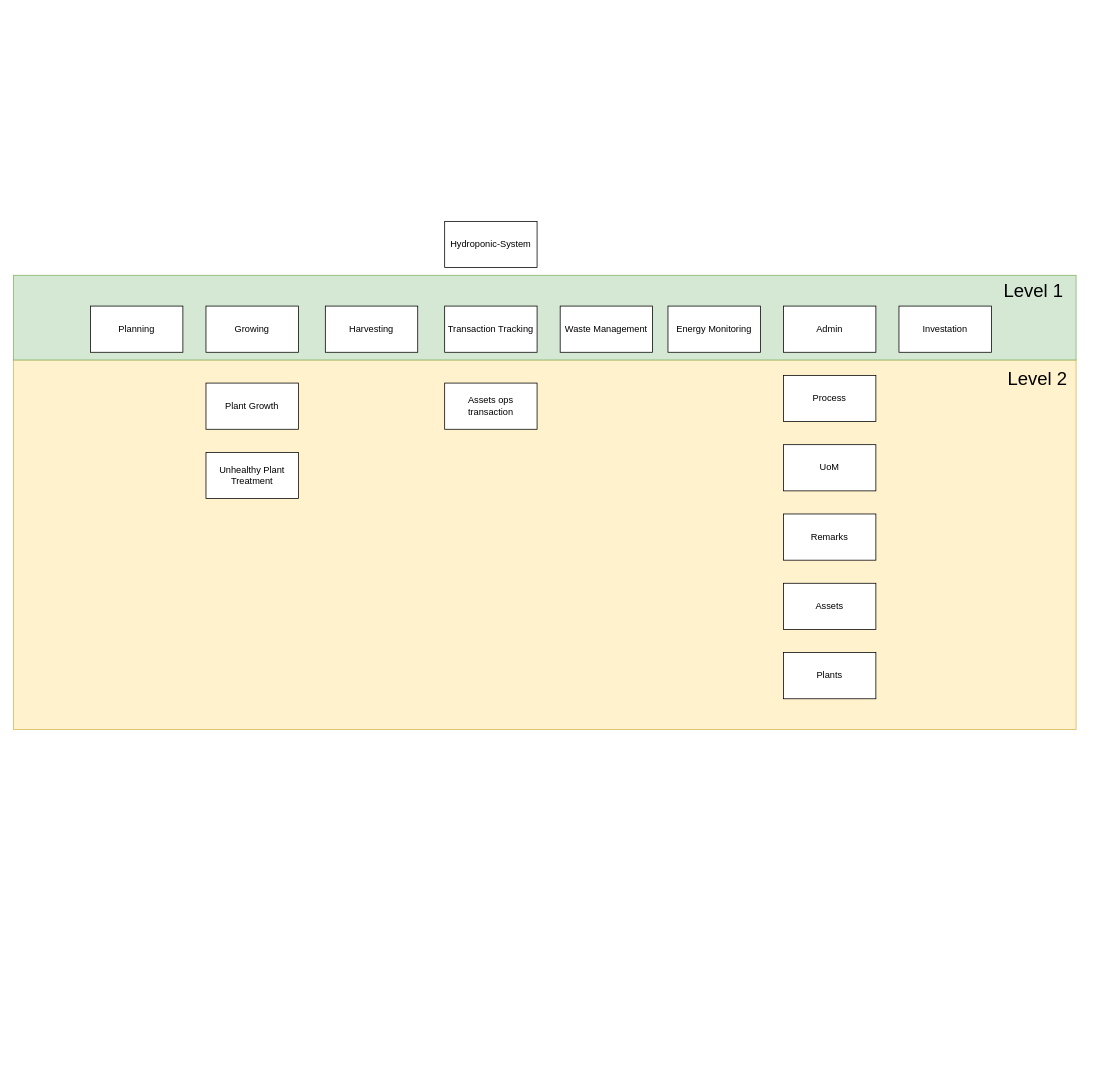
This is page "High-Level" (2 of 2) of ERD.drawio.xml from EputraP/hydroponic-project-be, a draw.io file, before an edit. Source tidied: cells renumbered, new cells numbered last; positions are measured from the earlier drawing's top-left corner, leaving out a move shared by most shapes. Both pictures are drawn from the tidied source at 77%, with x=0, y=0 at pixel (13, 221).
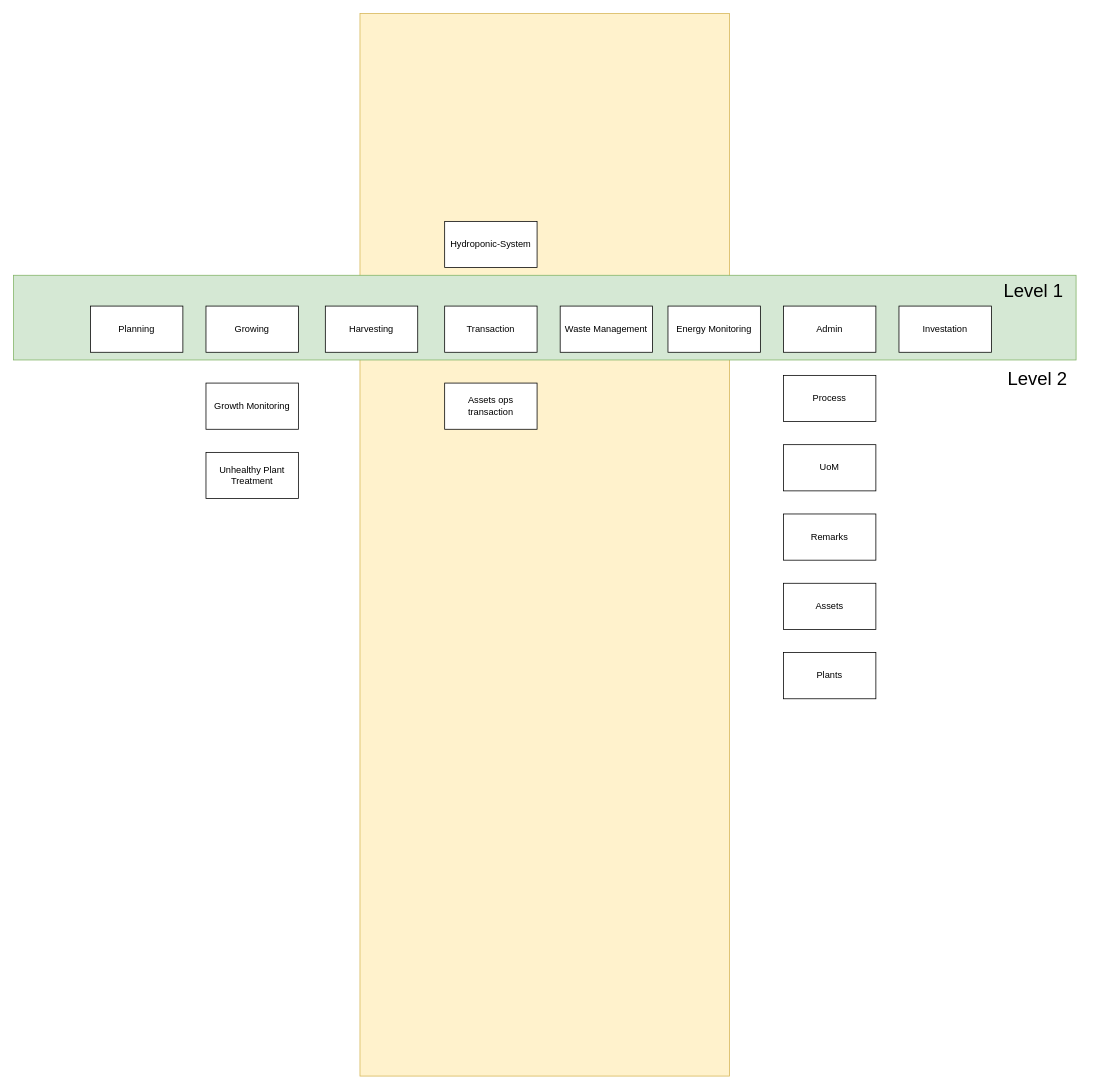
After the change.

The edit, as a diff of the source:
```diff
@@
-    <mxCell id="2" style="rounded=0;whiteSpace=wrap;html=1;fillColor=#fff2cc;strokeColor=#d6b656;" parent="1" vertex="1">
-      <mxGeometry y="180" width="1380" height="480" as="geometry" />
+    <mxCell id="2" style="rounded=0;whiteSpace=wrap;html=1;fillColor=#fff2cc;strokeColor=#d6b656;direction=south;" parent="1" vertex="1">
+      <mxGeometry x="450" y="-270" width="480" height="1380" as="geometry" />
     </mxCell>
@@
-    <mxCell id="9" value="Transaction Tracking" style="rounded=0;whiteSpace=wrap;html=1;" parent="1" vertex="1">
+    <mxCell id="9" value="Transaction" style="rounded=0;whiteSpace=wrap;html=1;" parent="1" vertex="1">
       <mxGeometry x="560" y="110" width="120" height="60" as="geometry" />
     </mxCell>
@@
-    <mxCell id="20" value="Plant Growth" style="rounded=0;whiteSpace=wrap;html=1;" parent="1" vertex="1">
+    <mxCell id="20" value="Growth Monitoring" style="rounded=0;whiteSpace=wrap;html=1;" parent="1" vertex="1">
       <mxGeometry x="250" y="210" width="120" height="60" as="geometry" />
     </mxCell>
```
